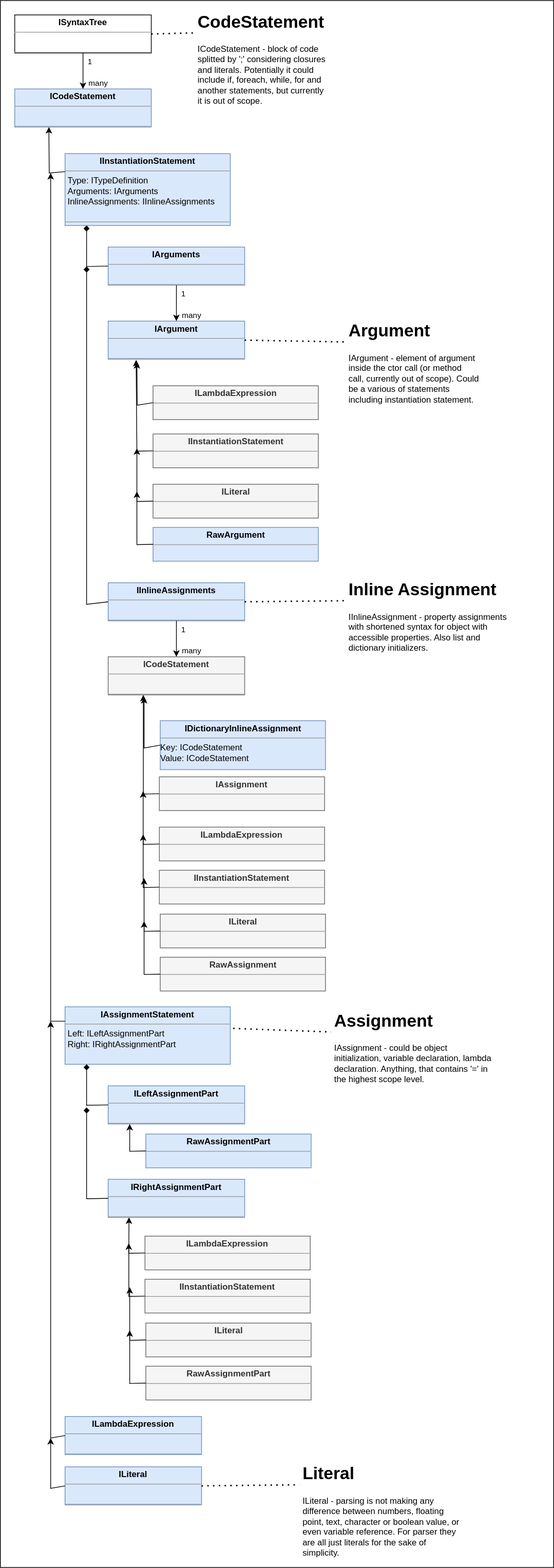
This is docs/SyntaxTree.drawio.svg from DenisZhukovski/ObjectToTest, a draw.io export, as it was before one commit. Source tidied: cells renumbered, new cells last; positions are measured from the earlier drawing's top-left corner, leaving out a move shared by most shapes.
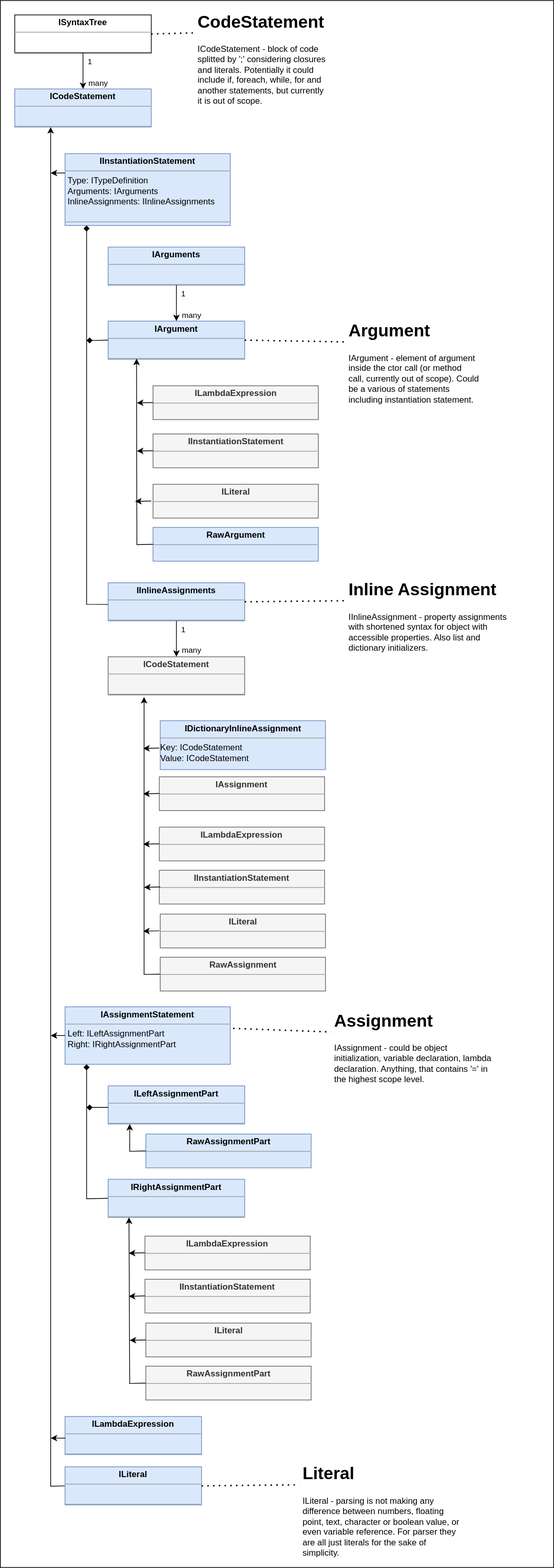
Above is the later version.

Change to the diagram source:
```diff
@@ -29,7 +29,5 @@
     </mxCell>
-    <mxCell id="9" style="endArrow=classic;html=1;rounded=0;exitX=0;exitY=0.25;exitDx=0;exitDy=0;entryX=0.25;entryY=1;entryDx=0;entryDy=0;" parent="1" edge="1" source="8" target="4">
+    <mxCell id="9" style="endArrow=classic;html=1;rounded=0;exitX=-0.001;exitY=0.269;exitDx=0;exitDy=0;exitPerimeter=0;" parent="1" edge="1" source="8">
       <mxGeometry relative="1" as="geometry">
-        <Array as="points">
-          <mxPoint x="68" y="240" />
-        </Array>
+        <mxPoint x="70" y="240" as="targetPoint" />
       </mxGeometry>
@@ -55,3 +53,3 @@
     </mxCell>
-    <mxCell id="15" style="endArrow=diamond;html=1;rounded=0;exitX=0;exitY=0.5;exitDx=0;exitDy=0;endFill=1;" parent="1" edge="1" source="10">
+    <mxCell id="15" style="endArrow=diamond;html=1;rounded=0;exitX=-0.001;exitY=0.57;exitDx=0;exitDy=0;endFill=1;exitPerimeter=0;" parent="1" edge="1" source="24">
       <mxGeometry relative="1" as="geometry">
@@ -59,3 +57,3 @@
         <Array as="points">
-          <mxPoint x="120" y="370" />
+          <mxPoint x="120" y="840" />
         </Array>
@@ -66,10 +64,2 @@
     </mxCell>
-    <mxCell id="17" style="endArrow=classic;html=1;rounded=0;exitX=0;exitY=0.5;exitDx=0;exitDy=0;" parent="1" edge="1" source="16">
-      <mxGeometry relative="1" as="geometry">
-        <mxPoint x="190" y="503" as="targetPoint" />
-        <Array as="points">
-          <mxPoint x="190.5" y="563" />
-        </Array>
-      </mxGeometry>
-    </mxCell>
     <mxCell id="18" value="&lt;p style=&quot;margin:0px;margin-top:4px;text-align:center;&quot;&gt;&lt;b&gt;IInstantiationStatement&lt;br&gt;&lt;/b&gt;&lt;/p&gt;&lt;hr size=&quot;1&quot;&gt;&lt;br&gt;&lt;p style=&quot;margin:0px;margin-left:4px;&quot;&gt;&lt;br&gt;&lt;/p&gt;&lt;hr size=&quot;1&quot;&gt;&lt;p style=&quot;margin:0px;margin-left:4px;&quot;&gt;&lt;br&gt;&lt;/p&gt;" style="verticalAlign=top;align=left;overflow=fill;fontSize=12;fontFamily=Helvetica;html=1;rounded=0;shadow=0;comic=0;labelBackgroundColor=none;strokeWidth=1;fillColor=#f5f5f5;fontColor=#333333;strokeColor=#666666;" parent="1" vertex="1">
@@ -77,9 +67,2 @@
     </mxCell>
-    <mxCell id="19" style="endArrow=classic;html=1;rounded=0;exitX=0;exitY=0.5;exitDx=0;exitDy=0;entryX=0.205;entryY=1.019;entryDx=0;entryDy=0;entryPerimeter=0;" parent="1" edge="1" source="18" target="11">
-      <mxGeometry relative="1" as="geometry">
-        <Array as="points">
-          <mxPoint x="190" y="627" />
-        </Array>
-      </mxGeometry>
-    </mxCell>
     <mxCell id="20" value="&lt;p style=&quot;margin:0px;margin-top:4px;text-align:center;&quot;&gt;&lt;b&gt;ILiteral&lt;/b&gt;&lt;/p&gt;&lt;hr size=&quot;1&quot;&gt;&lt;br&gt;&lt;p style=&quot;margin:0px;margin-left:4px;&quot;&gt;&lt;br&gt;&lt;/p&gt;&lt;hr size=&quot;1&quot;&gt;&lt;p style=&quot;margin:0px;margin-left:4px;&quot;&gt;&lt;br&gt;&lt;/p&gt;" style="verticalAlign=top;align=left;overflow=fill;fontSize=12;fontFamily=Helvetica;html=1;rounded=0;shadow=0;comic=0;labelBackgroundColor=none;strokeWidth=1;fillColor=#f5f5f5;fontColor=#333333;strokeColor=#666666;" parent="1" vertex="1">
@@ -87,10 +70,2 @@
     </mxCell>
-    <mxCell id="21" style="endArrow=classic;html=1;rounded=0;exitX=0;exitY=0.5;exitDx=0;exitDy=0;" parent="1" edge="1" source="20">
-      <mxGeometry relative="1" as="geometry">
-        <mxPoint x="190" y="623" as="targetPoint" />
-        <Array as="points">
-          <mxPoint x="190" y="697" />
-        </Array>
-      </mxGeometry>
-    </mxCell>
     <mxCell id="22" value="&lt;p style=&quot;margin:0px;margin-top:4px;text-align:center;&quot;&gt;&lt;b&gt;RawArgument&lt;/b&gt;&lt;/p&gt;&lt;hr size=&quot;1&quot;&gt;&lt;br&gt;&lt;p style=&quot;margin:0px;margin-left:4px;&quot;&gt;&lt;br&gt;&lt;/p&gt;&lt;hr size=&quot;1&quot;&gt;&lt;p style=&quot;margin:0px;margin-left:4px;&quot;&gt;&lt;br&gt;&lt;/p&gt;" style="verticalAlign=top;align=left;overflow=fill;fontSize=12;fontFamily=Helvetica;html=1;rounded=0;shadow=0;comic=0;labelBackgroundColor=none;strokeWidth=1;fillColor=#dae8fc;strokeColor=#6c8ebf;" parent="1" vertex="1">
@@ -98,5 +73,4 @@
     </mxCell>
-    <mxCell id="23" style="endArrow=classic;html=1;rounded=0;exitX=0;exitY=0.5;exitDx=0;exitDy=0;" parent="1" edge="1" source="22">
+    <mxCell id="23" style="endArrow=classic;html=1;rounded=0;exitX=0;exitY=0.5;exitDx=0;exitDy=0;entryX=0.208;entryY=0.986;entryDx=0;entryDy=0;entryPerimeter=0;" parent="1" edge="1" source="22" target="11">
       <mxGeometry relative="1" as="geometry">
-        <mxPoint x="190" y="683" as="targetPoint" />
         <Array as="points">
@@ -125,10 +99,2 @@
     </mxCell>
-    <mxCell id="29" style="endArrow=diamond;html=1;rounded=0;exitX=0;exitY=0.5;exitDx=0;exitDy=0;endFill=1;" parent="1" edge="1" source="24">
-      <mxGeometry relative="1" as="geometry">
-        <mxPoint x="120" y="370" as="targetPoint" />
-        <Array as="points">
-          <mxPoint x="120" y="840" />
-        </Array>
-      </mxGeometry>
-    </mxCell>
     <mxCell id="30" value="&lt;p style=&quot;margin:0px;margin-top:4px;text-align:center;&quot;&gt;&lt;b&gt;IDictionaryInlineAssignment&lt;/b&gt;&lt;/p&gt;&lt;hr size=&quot;1&quot;&gt;&lt;div&gt;Key: ICodeStatement&lt;/div&gt;&lt;div&gt;Value: ICodeStatement&lt;br&gt;&lt;/div&gt;&lt;p style=&quot;margin:0px;margin-left:4px;&quot;&gt;&lt;br&gt;&lt;/p&gt;&lt;hr size=&quot;1&quot;&gt;&lt;p style=&quot;margin:0px;margin-left:4px;&quot;&gt;&lt;br&gt;&lt;/p&gt;" style="verticalAlign=top;align=left;overflow=fill;fontSize=12;fontFamily=Helvetica;html=1;rounded=0;shadow=0;comic=0;labelBackgroundColor=none;strokeWidth=1;fillColor=#dae8fc;strokeColor=#6c8ebf;" parent="1" vertex="1">
@@ -136,3 +102,3 @@
     </mxCell>
-    <mxCell id="31" style="endArrow=classic;html=1;rounded=0;exitX=0;exitY=0.5;exitDx=0;exitDy=0;" parent="1" edge="1" source="30">
+    <mxCell id="31" style="endArrow=classic;html=1;rounded=0;exitX=0;exitY=0.5;exitDx=0;exitDy=0;" parent="1" edge="1" source="40">
       <mxGeometry relative="1" as="geometry">
@@ -140,3 +106,3 @@
         <Array as="points">
-          <mxPoint x="200" y="1040" />
+          <mxPoint x="200" y="1355" />
         </Array>
@@ -147,10 +113,2 @@
     </mxCell>
-    <mxCell id="33" style="endArrow=classic;html=1;rounded=0;exitX=0;exitY=0.5;exitDx=0;exitDy=0;entryX=0.205;entryY=1.019;entryDx=0;entryDy=0;entryPerimeter=0;" parent="1" edge="1" source="32">
-      <mxGeometry relative="1" as="geometry">
-        <mxPoint x="199" y="966" as="targetPoint" />
-        <Array as="points">
-          <mxPoint x="199" y="1104" />
-        </Array>
-      </mxGeometry>
-    </mxCell>
     <mxCell id="34" value="&lt;p style=&quot;margin:0px;margin-top:4px;text-align:center;&quot;&gt;&lt;b&gt;ILambdaExpression&lt;/b&gt;&lt;/p&gt;&lt;hr size=&quot;1&quot;&gt;&lt;br&gt;&lt;p style=&quot;margin:0px;margin-left:4px;&quot;&gt;&lt;br&gt;&lt;/p&gt;&lt;hr size=&quot;1&quot;&gt;&lt;p style=&quot;margin:0px;margin-left:4px;&quot;&gt;&lt;br&gt;&lt;/p&gt;" style="verticalAlign=top;align=left;overflow=fill;fontSize=12;fontFamily=Helvetica;html=1;rounded=0;shadow=0;comic=0;labelBackgroundColor=none;strokeWidth=1;fillColor=#f5f5f5;fontColor=#333333;strokeColor=#666666;" parent="1" vertex="1">
@@ -158,10 +116,2 @@
     </mxCell>
-    <mxCell id="35" style="endArrow=classic;html=1;rounded=0;exitX=0;exitY=0.5;exitDx=0;exitDy=0;" parent="1" edge="1" source="34">
-      <mxGeometry relative="1" as="geometry">
-        <mxPoint x="198.8" y="1100" as="targetPoint" />
-        <Array as="points">
-          <mxPoint x="198.8" y="1174" />
-        </Array>
-      </mxGeometry>
-    </mxCell>
     <mxCell id="36" value="&lt;p style=&quot;margin:0px;margin-top:4px;text-align:center;&quot;&gt;&lt;b&gt;IInstantiationStatement&lt;/b&gt;&lt;/p&gt;&lt;hr size=&quot;1&quot;&gt;&lt;br&gt;&lt;p style=&quot;margin:0px;margin-left:4px;&quot;&gt;&lt;br&gt;&lt;/p&gt;&lt;hr size=&quot;1&quot;&gt;&lt;p style=&quot;margin:0px;margin-left:4px;&quot;&gt;&lt;br&gt;&lt;/p&gt;" style="verticalAlign=top;align=left;overflow=fill;fontSize=12;fontFamily=Helvetica;html=1;rounded=0;shadow=0;comic=0;labelBackgroundColor=none;strokeWidth=1;fillColor=#f5f5f5;fontColor=#333333;strokeColor=#666666;" parent="1" vertex="1">
@@ -169,10 +119,2 @@
     </mxCell>
-    <mxCell id="37" style="endArrow=classic;html=1;rounded=0;exitX=0;exitY=0.5;exitDx=0;exitDy=0;" parent="1" edge="1" source="36">
-      <mxGeometry relative="1" as="geometry">
-        <mxPoint x="198.8" y="1160" as="targetPoint" />
-        <Array as="points">
-          <mxPoint x="198.8" y="1234" />
-        </Array>
-      </mxGeometry>
-    </mxCell>
     <mxCell id="38" value="&lt;p style=&quot;margin:0px;margin-top:4px;text-align:center;&quot;&gt;&lt;b&gt;ILiteral&lt;/b&gt;&lt;/p&gt;&lt;hr size=&quot;1&quot;&gt;&lt;br&gt;&lt;p style=&quot;margin:0px;margin-left:4px;&quot;&gt;&lt;br&gt;&lt;/p&gt;&lt;hr size=&quot;1&quot;&gt;&lt;p style=&quot;margin:0px;margin-left:4px;&quot;&gt;&lt;br&gt;&lt;/p&gt;" style="verticalAlign=top;align=left;overflow=fill;fontSize=12;fontFamily=Helvetica;html=1;rounded=0;shadow=0;comic=0;labelBackgroundColor=none;strokeWidth=1;fillColor=#f5f5f5;fontColor=#333333;strokeColor=#666666;" parent="1" vertex="1">
@@ -180,10 +122,2 @@
     </mxCell>
-    <mxCell id="39" style="endArrow=classic;html=1;rounded=0;exitX=0;exitY=0.5;exitDx=0;exitDy=0;" parent="1" edge="1" source="38">
-      <mxGeometry relative="1" as="geometry">
-        <mxPoint x="200" y="1221" as="targetPoint" />
-        <Array as="points">
-          <mxPoint x="200" y="1295" />
-        </Array>
-      </mxGeometry>
-    </mxCell>
     <mxCell id="40" value="&lt;p style=&quot;margin:0px;margin-top:4px;text-align:center;&quot;&gt;&lt;b&gt;RawAssignment&lt;/b&gt;&lt;br&gt;&lt;/p&gt;&lt;hr size=&quot;1&quot;&gt;&lt;br&gt;&lt;p style=&quot;margin:0px;margin-left:4px;&quot;&gt;&lt;br&gt;&lt;/p&gt;&lt;hr size=&quot;1&quot;&gt;&lt;p style=&quot;margin:0px;margin-left:4px;&quot;&gt;&lt;br&gt;&lt;/p&gt;" style="verticalAlign=top;align=left;overflow=fill;fontSize=12;fontFamily=Helvetica;html=1;rounded=0;shadow=0;comic=0;labelBackgroundColor=none;strokeWidth=1;fillColor=#f5f5f5;fontColor=#333333;strokeColor=#666666;" parent="1" vertex="1">
@@ -191,10 +125,2 @@
     </mxCell>
-    <mxCell id="41" style="endArrow=classic;html=1;rounded=0;exitX=0;exitY=0.5;exitDx=0;exitDy=0;" parent="1" edge="1" source="40">
-      <mxGeometry relative="1" as="geometry">
-        <mxPoint x="200" y="1281" as="targetPoint" />
-        <Array as="points">
-          <mxPoint x="200" y="1355" />
-        </Array>
-      </mxGeometry>
-    </mxCell>
     <mxCell id="42" value="&lt;p style=&quot;margin:0px;margin-top:4px;text-align:center;&quot;&gt;&lt;b&gt;IAssignmentStatement&lt;/b&gt;&lt;/p&gt;&lt;hr size=&quot;1&quot;&gt;&lt;p style=&quot;margin:0px;margin-left:4px;&quot;&gt;Left: ILeftAssignmentPart&lt;/p&gt;&lt;p style=&quot;margin:0px;margin-left:4px;&quot;&gt;Right: IRightAssignmentPart&lt;/p&gt;&lt;p style=&quot;margin:0px;margin-left:4px;&quot;&gt;&lt;br&gt;&lt;/p&gt;&lt;hr size=&quot;1&quot;&gt;&lt;p style=&quot;margin:0px;margin-left:4px;&quot;&gt;&lt;br&gt;&lt;/p&gt;" style="verticalAlign=top;align=left;overflow=fill;fontSize=12;fontFamily=Helvetica;html=1;rounded=0;shadow=0;comic=0;labelBackgroundColor=none;strokeWidth=1;fillColor=#dae8fc;strokeColor=#6c8ebf;" parent="1" vertex="1">
@@ -205,8 +131,7 @@
     </mxCell>
-    <mxCell id="44" style="endArrow=diamond;html=1;rounded=0;exitX=0;exitY=0.5;exitDx=0;exitDy=0;endFill=1;" parent="1" edge="1">
+    <mxCell id="44" style="endArrow=diamond;html=1;rounded=0;exitX=0;exitY=0.5;exitDx=0;exitDy=0;endFill=1;" parent="1" edge="1" source="47">
       <mxGeometry relative="1" as="geometry">
-        <mxPoint x="150" y="1536.5" as="sourcePoint" />
         <mxPoint x="120" y="1480" as="targetPoint" />
         <Array as="points">
-          <mxPoint x="120" y="1537" />
+          <mxPoint x="120" y="1667" />
         </Array>
@@ -228,7 +153,9 @@
     </mxCell>
-    <mxCell id="48" style="endArrow=diamond;html=1;rounded=0;exitX=0;exitY=0.5;exitDx=0;exitDy=0;endFill=1;" parent="1" edge="1" source="47">
+    <mxCell id="48" style="endArrow=diamond;html=1;rounded=0;endFill=1;" parent="1" edge="1">
       <mxGeometry relative="1" as="geometry">
+        <mxPoint x="140" y="1540" as="sourcePoint" />
         <mxPoint x="120" y="1540" as="targetPoint" />
         <Array as="points">
-          <mxPoint x="120" y="1667" />
+          <mxPoint x="150" y="1540" />
+          <mxPoint x="140" y="1540" />
         </Array>
@@ -239,3 +166,3 @@
     </mxCell>
-    <mxCell id="50" style="endArrow=classic;html=1;rounded=0;exitX=0;exitY=0.5;exitDx=0;exitDy=0;" parent="1" edge="1" source="49">
+    <mxCell id="50" style="endArrow=classic;html=1;rounded=0;exitX=0;exitY=0.5;exitDx=0;exitDy=0;" parent="1" edge="1" source="55">
       <mxGeometry relative="1" as="geometry">
@@ -243,3 +170,3 @@
         <Array as="points">
-          <mxPoint x="178.8" y="1743" />
+          <mxPoint x="180" y="1924" />
         </Array>
@@ -250,10 +177,2 @@
     </mxCell>
-    <mxCell id="52" style="endArrow=classic;html=1;rounded=0;exitX=0;exitY=0.5;exitDx=0;exitDy=0;" parent="1" edge="1" source="51">
-      <mxGeometry relative="1" as="geometry">
-        <mxPoint x="178.8" y="1729" as="targetPoint" />
-        <Array as="points">
-          <mxPoint x="178.8" y="1803" />
-        </Array>
-      </mxGeometry>
-    </mxCell>
     <mxCell id="53" value="&lt;p style=&quot;margin:0px;margin-top:4px;text-align:center;&quot;&gt;&lt;b&gt;ILiteral&lt;/b&gt;&lt;/p&gt;&lt;hr size=&quot;1&quot;&gt;&lt;br&gt;&lt;p style=&quot;margin:0px;margin-left:4px;&quot;&gt;&lt;br&gt;&lt;/p&gt;&lt;hr size=&quot;1&quot;&gt;&lt;p style=&quot;margin:0px;margin-left:4px;&quot;&gt;&lt;br&gt;&lt;/p&gt;" style="verticalAlign=top;align=left;overflow=fill;fontSize=12;fontFamily=Helvetica;html=1;rounded=0;shadow=0;comic=0;labelBackgroundColor=none;strokeWidth=1;fillColor=#f5f5f5;fontColor=#333333;strokeColor=#666666;" parent="1" vertex="1">
@@ -261,10 +180,2 @@
     </mxCell>
-    <mxCell id="54" style="endArrow=classic;html=1;rounded=0;exitX=0;exitY=0.5;exitDx=0;exitDy=0;" parent="1" edge="1" source="53">
-      <mxGeometry relative="1" as="geometry">
-        <mxPoint x="180" y="1790" as="targetPoint" />
-        <Array as="points">
-          <mxPoint x="180" y="1864" />
-        </Array>
-      </mxGeometry>
-    </mxCell>
     <mxCell id="55" value="&lt;p style=&quot;margin:0px;margin-top:4px;text-align:center;&quot;&gt;&lt;b&gt;RawAssignmentPart&lt;/b&gt;&lt;/p&gt;&lt;hr size=&quot;1&quot;&gt;&lt;br&gt;&lt;p style=&quot;margin:0px;margin-left:4px;&quot;&gt;&lt;br&gt;&lt;/p&gt;&lt;hr size=&quot;1&quot;&gt;&lt;p style=&quot;margin:0px;margin-left:4px;&quot;&gt;&lt;br&gt;&lt;br&gt;&lt;/p&gt;" style="verticalAlign=top;align=left;overflow=fill;fontSize=12;fontFamily=Helvetica;html=1;rounded=0;shadow=0;comic=0;labelBackgroundColor=none;strokeWidth=1;fillColor=#f5f5f5;fontColor=#333333;strokeColor=#666666;" parent="1" vertex="1">
@@ -272,15 +183,6 @@
     </mxCell>
-    <mxCell id="56" style="endArrow=classic;html=1;rounded=0;exitX=0;exitY=0.5;exitDx=0;exitDy=0;" parent="1" edge="1" source="55">
-      <mxGeometry relative="1" as="geometry">
-        <mxPoint x="180" y="1850" as="targetPoint" />
-        <Array as="points">
-          <mxPoint x="180" y="1924" />
-        </Array>
-      </mxGeometry>
-    </mxCell>
-    <mxCell id="57" style="endArrow=classic;html=1;rounded=0;exitX=0;exitY=0.25;exitDx=0;exitDy=0;" parent="1" edge="1" source="42">
+    <mxCell id="57" style="endArrow=classic;html=1;rounded=0;exitX=0;exitY=0.5;exitDx=0;exitDy=0;entryX=0.263;entryY=1.001;entryDx=0;entryDy=0;entryPerimeter=0;" parent="1" edge="1" source="59" target="4">
       <mxGeometry relative="1" as="geometry">
-        <mxPoint x="70" y="240" as="targetPoint" />
         <Array as="points">
-          <mxPoint x="70" y="1420" />
+          <mxPoint x="70" y="2067" />
         </Array>
@@ -294,18 +196,2 @@
     </mxCell>
-    <mxCell id="60" style="endArrow=classic;html=1;rounded=0;exitX=0;exitY=0.5;exitDx=0;exitDy=0;" parent="1" edge="1" source="58">
-      <mxGeometry relative="1" as="geometry">
-        <mxPoint x="70" y="1420" as="targetPoint" />
-        <Array as="points">
-          <mxPoint x="70" y="2000" />
-        </Array>
-      </mxGeometry>
-    </mxCell>
-    <mxCell id="61" style="endArrow=classic;html=1;rounded=0;exitX=0;exitY=0.5;exitDx=0;exitDy=0;" parent="1" edge="1" source="59">
-      <mxGeometry relative="1" as="geometry">
-        <mxPoint x="70" y="2000" as="targetPoint" />
-        <Array as="points">
-          <mxPoint x="70" y="2070" />
-        </Array>
-      </mxGeometry>
-    </mxCell>
     <mxCell id="62" value="&lt;h1&gt;CodeStatement&lt;br&gt;&lt;/h1&gt;&lt;p&gt;ICodeStatement - block of code splitted by ';' considering closures and literals. Potentially it could include if, foreach, while, for and another statements, but currently it is out of scope.&lt;br&gt;&lt;/p&gt;" style="text;html=1;strokeColor=none;fillColor=none;spacing=5;spacingTop=-20;whiteSpace=wrap;overflow=hidden;rounded=0;" parent="1" vertex="1">
@@ -340,2 +226,82 @@
     </mxCell>
+    <mxCell id="72" style="endArrow=classic;html=1;rounded=0;exitX=0.001;exitY=0.569;exitDx=0;exitDy=0;exitPerimeter=0;" parent="1" edge="1" source="58">
+      <mxGeometry relative="1" as="geometry">
+        <mxPoint x="70" y="2000" as="targetPoint" />
+      </mxGeometry>
+    </mxCell>
+    <mxCell id="73" style="endArrow=classic;html=1;rounded=0;exitX=0;exitY=0.5;exitDx=0;exitDy=0;" parent="1" edge="1" source="42">
+      <mxGeometry relative="1" as="geometry">
+        <mxPoint x="70" y="1440" as="targetPoint" />
+      </mxGeometry>
+    </mxCell>
+    <mxCell id="74" style="endArrow=diamond;html=1;rounded=0;exitX=0;exitY=0.5;exitDx=0;exitDy=0;endFill=1;" parent="1" edge="1" source="11">
+      <mxGeometry relative="1" as="geometry">
+        <mxPoint x="120" y="473" as="targetPoint" />
+      </mxGeometry>
+    </mxCell>
+    <mxCell id="75" style="endArrow=classic;html=1;rounded=0;exitX=0;exitY=0.5;exitDx=0;exitDy=0;" parent="1" edge="1" source="53">
+      <mxGeometry relative="1" as="geometry">
+        <mxPoint x="180" y="1864" as="targetPoint" />
+      </mxGeometry>
+    </mxCell>
+    <mxCell id="76" style="endArrow=classic;html=1;rounded=0;exitX=0;exitY=0.5;exitDx=0;exitDy=0;" parent="1" edge="1">
+      <mxGeometry relative="1" as="geometry">
+        <mxPoint x="201.2" y="1802.2" as="sourcePoint" />
+        <mxPoint x="178.8" y="1802.7" as="targetPoint" />
+      </mxGeometry>
+    </mxCell>
+    <mxCell id="77" style="endArrow=classic;html=1;rounded=0;exitX=0;exitY=0.5;exitDx=0;exitDy=0;" parent="1" edge="1">
+      <mxGeometry relative="1" as="geometry">
+        <mxPoint x="201.2" y="1742.2" as="sourcePoint" />
+        <mxPoint x="178.8" y="1742.7" as="targetPoint" />
+      </mxGeometry>
+    </mxCell>
+    <mxCell id="78" style="endArrow=classic;html=1;rounded=0;exitX=0;exitY=0.5;exitDx=0;exitDy=0;" parent="1" edge="1">
+      <mxGeometry relative="1" as="geometry">
+        <mxPoint x="221.2" y="1294.3" as="sourcePoint" />
+        <mxPoint x="198.8" y="1294.8" as="targetPoint" />
+      </mxGeometry>
+    </mxCell>
+    <mxCell id="79" style="endArrow=classic;html=1;rounded=0;exitX=0;exitY=0.5;exitDx=0;exitDy=0;" parent="1" edge="1">
+      <mxGeometry relative="1" as="geometry">
+        <mxPoint x="222.5" y="1233.3" as="sourcePoint" />
+        <mxPoint x="200" y="1233.8" as="targetPoint" />
+      </mxGeometry>
+    </mxCell>
+    <mxCell id="80" style="endArrow=classic;html=1;rounded=0;exitX=0;exitY=0.5;exitDx=0;exitDy=0;" parent="1" edge="1">
+      <mxGeometry relative="1" as="geometry">
+        <mxPoint x="221.2" y="1173.3" as="sourcePoint" />
+        <mxPoint x="198.8" y="1173.8" as="targetPoint" />
+      </mxGeometry>
+    </mxCell>
+    <mxCell id="81" style="endArrow=classic;html=1;rounded=0;exitX=0;exitY=0.5;exitDx=0;exitDy=0;" parent="1" edge="1">
+      <mxGeometry relative="1" as="geometry">
+        <mxPoint x="221.2" y="1103.3" as="sourcePoint" />
+        <mxPoint x="198.8" y="1103.8" as="targetPoint" />
+      </mxGeometry>
+    </mxCell>
+    <mxCell id="82" style="endArrow=classic;html=1;rounded=0;exitX=0;exitY=0.5;exitDx=0;exitDy=0;" parent="1" edge="1">
+      <mxGeometry relative="1" as="geometry">
+        <mxPoint x="221.2" y="1040" as="sourcePoint" />
+        <mxPoint x="198.8" y="1040.5" as="targetPoint" />
+      </mxGeometry>
+    </mxCell>
+    <mxCell id="83" style="endArrow=classic;html=1;rounded=0;exitX=0;exitY=0.5;exitDx=0;exitDy=0;" parent="1" edge="1">
+      <mxGeometry relative="1" as="geometry">
+        <mxPoint x="210" y="696.2" as="sourcePoint" />
+        <mxPoint x="187.5" y="696.7" as="targetPoint" />
+      </mxGeometry>
+    </mxCell>
+    <mxCell id="84" style="endArrow=classic;html=1;rounded=0;exitX=0;exitY=0.5;exitDx=0;exitDy=0;" parent="1" edge="1">
+      <mxGeometry relative="1" as="geometry">
+        <mxPoint x="212.5" y="626.2" as="sourcePoint" />
+        <mxPoint x="190" y="626.7" as="targetPoint" />
+      </mxGeometry>
+    </mxCell>
+    <mxCell id="85" style="endArrow=classic;html=1;rounded=0;exitX=0;exitY=0.5;exitDx=0;exitDy=0;" parent="1" edge="1">
+      <mxGeometry relative="1" as="geometry">
+        <mxPoint x="212.5" y="559.2" as="sourcePoint" />
+        <mxPoint x="190" y="559.7" as="targetPoint" />
+      </mxGeometry>
+    </mxCell>
   </root>
```
